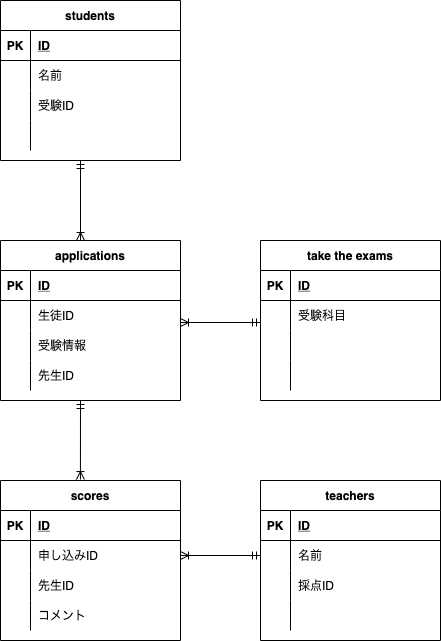
Before: index.drawio.png, a diagram exported from draw.io (kaorunagao/coachtech-c). Source tidied: cells renumbered, new cells last; positions are measured from the earlier drawing's top-left corner, leaving out a move shared by most shapes.
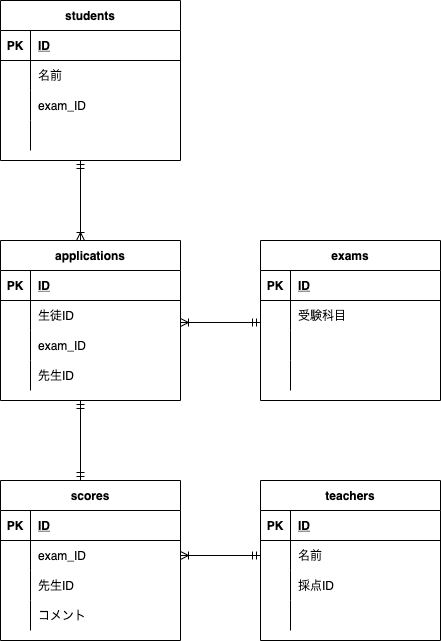
The same diagram one commit later.

Diff of the diagram source:
```diff
@@ -20,7 +20,7 @@
     <mxCell id="7" style="shape=partialRectangle;fillColor=none;top=0;left=0;bottom=0;right=0;overflow=hidden;" parent="6" vertex="1">
       <mxGeometry width="30" height="30" as="geometry" />
     </mxCell>
-    <mxCell id="8" value="申し込みID" style="shape=partialRectangle;fillColor=none;top=0;left=0;bottom=0;right=0;align=left;spacingLeft=6;overflow=hidden;" parent="6" vertex="1">
+    <mxCell id="8" value="exam_ID" style="shape=partialRectangle;fillColor=none;top=0;left=0;bottom=0;right=0;align=left;spacingLeft=6;overflow=hidden;" parent="6" vertex="1">
       <mxGeometry x="30" width="150" height="30" as="geometry" />
     </mxCell>
     <mxCell id="9" style="shape=partialRectangle;fillColor=none;top=0;left=0;bottom=0;right=0;" parent="2" vertex="1">
@@ -41,7 +41,7 @@
     <mxCell id="14" value="コメント" style="shape=partialRectangle;fillColor=none;top=0;left=0;bottom=0;right=0;align=left;spacingLeft=6;overflow=hidden;" parent="12" vertex="1">
       <mxGeometry x="30" width="150" height="30" as="geometry" />
     </mxCell>
-    <mxCell id="15" value="take the exams" style="shape=table;startSize=30;rowLines=0;fontStyle=1;align=center;" parent="1" vertex="1">
+    <mxCell id="15" value="exams" style="shape=table;startSize=30;rowLines=0;fontStyle=1;align=center;" parent="1" vertex="1">
       <mxGeometry x="260" y="240" width="180" height="160" as="geometry" />
     </mxCell>
     <mxCell id="16" style="shape=partialRectangle;fillColor=none;top=0;left=0;bottom=1;right=0;" parent="15" vertex="1">
@@ -146,7 +146,7 @@
     <mxCell id="49" style="shape=partialRectangle;fillColor=none;top=0;left=0;bottom=0;right=0;overflow=hidden;" parent="48" vertex="1">
       <mxGeometry width="30" height="30" as="geometry" />
     </mxCell>
-    <mxCell id="50" value="受験ID" style="shape=partialRectangle;fillColor=none;top=0;left=0;bottom=0;right=0;align=left;spacingLeft=6;overflow=hidden;" parent="48" vertex="1">
+    <mxCell id="50" value="exam_ID" style="shape=partialRectangle;fillColor=none;top=0;left=0;bottom=0;right=0;align=left;spacingLeft=6;overflow=hidden;" parent="48" vertex="1">
       <mxGeometry x="30" width="150" height="30" as="geometry" />
     </mxCell>
     <mxCell id="51" style="shape=partialRectangle;fillColor=none;top=0;left=0;bottom=0;right=0;" parent="41" vertex="1">
@@ -185,7 +185,7 @@
     <mxCell id="62" style="shape=partialRectangle;fillColor=none;top=0;left=0;bottom=0;right=0;overflow=hidden;" parent="61" vertex="1">
       <mxGeometry width="30" height="30" as="geometry" />
     </mxCell>
-    <mxCell id="63" value="受験情報" style="shape=partialRectangle;fillColor=none;top=0;left=0;bottom=0;right=0;align=left;spacingLeft=6;overflow=hidden;" parent="61" vertex="1">
+    <mxCell id="63" value="exam_ID" style="shape=partialRectangle;fillColor=none;top=0;left=0;bottom=0;right=0;align=left;spacingLeft=6;overflow=hidden;" parent="61" vertex="1">
       <mxGeometry x="30" width="150" height="30" as="geometry" />
     </mxCell>
     <mxCell id="64" style="shape=partialRectangle;fillColor=none;top=0;left=0;bottom=0;right=0;" parent="54" vertex="1">
@@ -202,11 +202,6 @@
         <mxPoint x="180" y="322" as="targetPoint" />
       </mxGeometry>
     </mxCell>
-    <mxCell id="68" style="fontSize=12;html=1;endArrow=ERoneToMany;startArrow=ERmandOne;entryX=0.444;entryY=-0.006;entryDx=0;entryDy=0;entryPerimeter=0;" parent="1" edge="1" target="2">
-      <mxGeometry relative="1" as="geometry">
-        <mxPoint x="80" y="400" as="sourcePoint" />
-      </mxGeometry>
-    </mxCell>
     <mxCell id="69" style="fontSize=12;html=1;endArrow=ERoneToMany;startArrow=ERmandOne;" parent="1" edge="1">
       <mxGeometry relative="1" as="geometry">
         <mxPoint x="80" y="160" as="sourcePoint" />
@@ -216,5 +211,11 @@
     <mxCell id="70" style="fontSize=12;html=1;endArrow=ERoneToMany;startArrow=ERmandOne;entryX=1;entryY=0.5;entryDx=0;entryDy=0;exitX=0;exitY=0.5;exitDx=0;exitDy=0;" parent="1" edge="1" source="32" target="6">
       <mxGeometry relative="1" as="geometry" />
     </mxCell>
+    <mxCell id="71" style="fontSize=12;html=1;endArrow=ERmandOne;startArrow=ERmandOne;" parent="1" edge="1">
+      <mxGeometry relative="1" as="geometry">
+        <mxPoint x="80" y="480" as="sourcePoint" />
+        <mxPoint x="80" y="400" as="targetPoint" />
+      </mxGeometry>
+    </mxCell>
   </root>
 </mxGraphModel>
```
